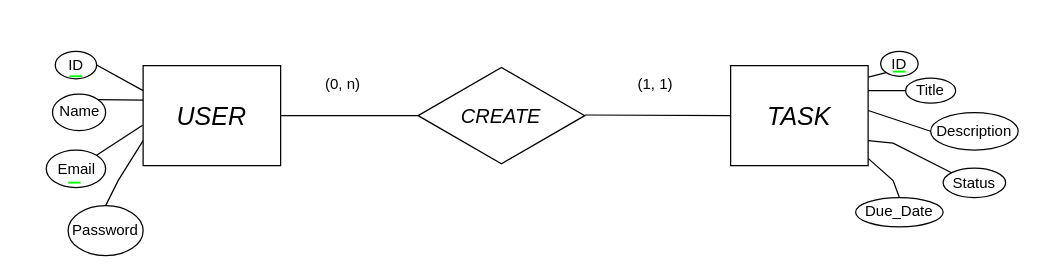
Above: Diseño de Bases de Datos Relacionales con MySQL/02 Diseño Conceptual/1er Ejercicio/Ejercicio1.drawio in D4nitrix13/DatabaseGuide (draw.io), before the change. Source tidied: cells renumbered, new cells numbered last; positions are measured from the earlier drawing's top-left corner, leaving out a move shared by most shapes. Both pictures are drawn from the tidied source at 125%, with x=0, y=0 at pixel (30, 50).
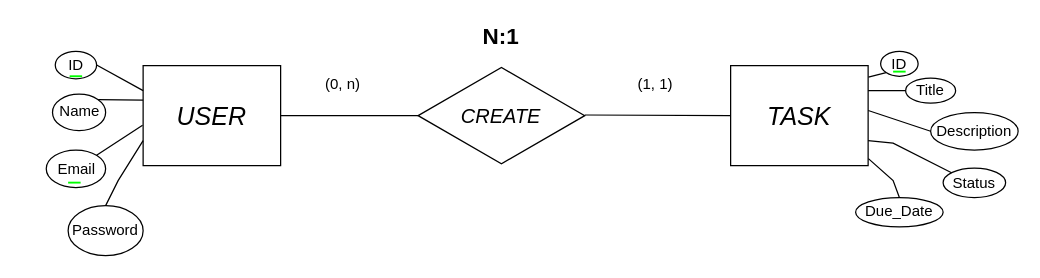
The same diagram, later.

Diff of the diagram source:
```diff
@@
+    <mxCell id="31" value="&lt;b style=&quot;font-size: 18px;&quot;&gt;N:1&lt;/b&gt;" style="text;html=1;align=center;verticalAlign=middle;whiteSpace=wrap;rounded=0;fontSize=18;" parent="1" vertex="1">
+      <mxGeometry x="350" y="-23" width="53.3" height="23.5" as="geometry" />
+    </mxCell>
```
